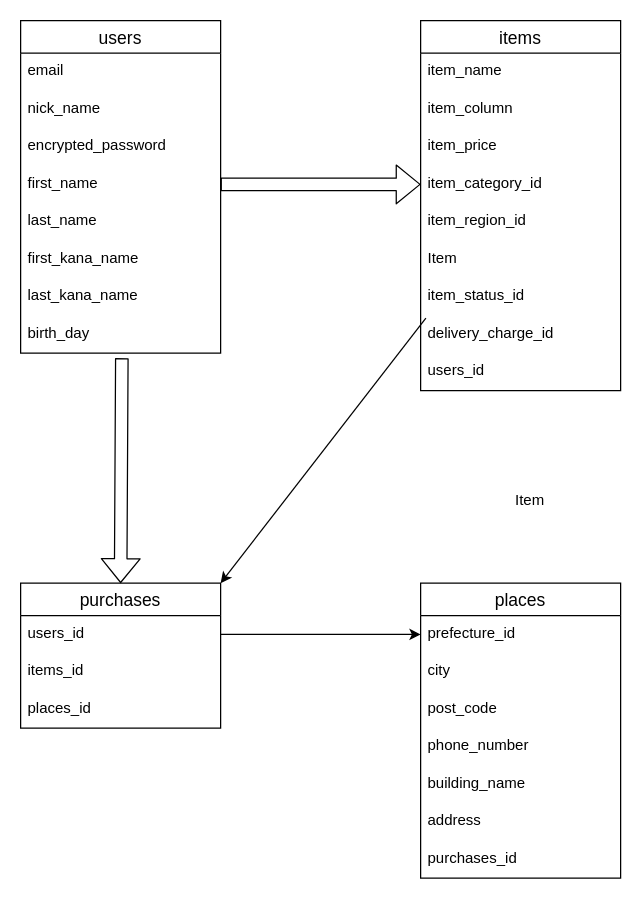
Before: table.dio in 03040610/furima-39016, a draw.io diagram. Source tidied: cells renumbered, new cells numbered last; positions are measured from the earlier drawing's top-left corner, leaving out a move shared by most shapes. Both pictures are drawn from the tidied source at 125%, with x=0, y=0 at pixel (20, 20).
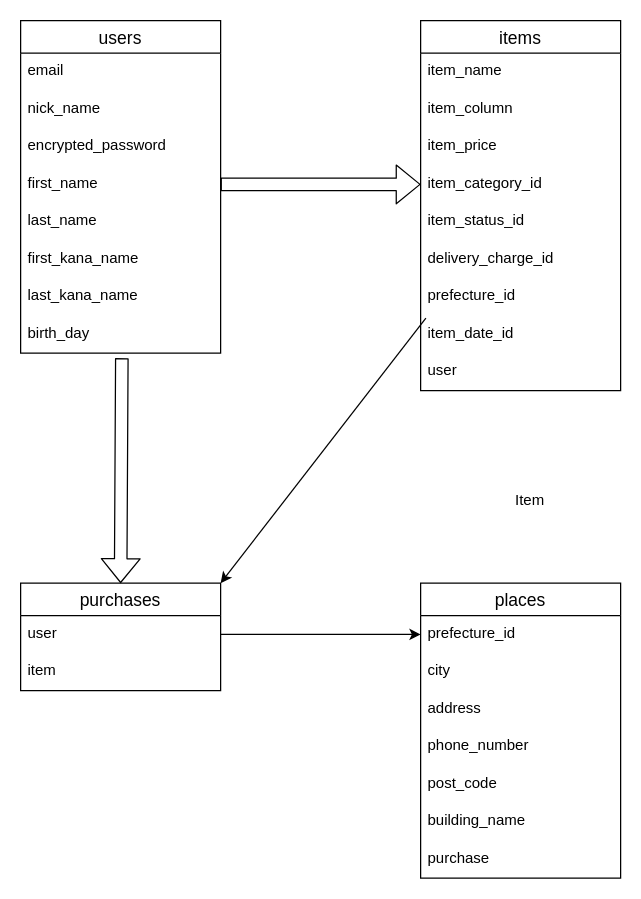
The same diagram, later.

Unchanged cells that the change refers to:
```xml
<mxCell id="11" value="items" style="swimlane;fontStyle=0;horizontal=1;startSize=26;align=center;fontSize=14;" parent="1" vertex="1">
  <mxGeometry x="320" width="160" height="296" as="geometry" />
</mxCell>
<mxCell id="21" value="places" style="swimlane;fontStyle=0;horizontal=1;startSize=26;align=center;fontSize=14;" parent="1" vertex="1">
  <mxGeometry x="320" y="450" width="160" height="236" as="geometry" />
</mxCell>
```

Change to the diagram source:
```diff
@@
+    <mxCell id="18" value="item_status_id" style="text;strokeColor=none;fillColor=none;spacingLeft=4;spacingRight=4;overflow=hidden;fontSize=12;" parent="11" vertex="1">
+      <mxGeometry y="146" width="160" height="30" as="geometry" />
+    </mxCell>
+    <mxCell id="19" value="delivery_charge_id" style="text;strokeColor=none;fillColor=none;spacingLeft=4;spacingRight=4;overflow=hidden;fontSize=12;" parent="11" vertex="1">
+      <mxGeometry y="176" width="160" height="30" as="geometry" />
+    </mxCell>
-    <mxCell id="16" value="item_region_id" style="text;strokeColor=none;fillColor=none;spacingLeft=4;spacingRight=4;overflow=hidden;fontSize=12;" parent="11" vertex="1">
-      <mxGeometry y="146" width="160" height="30" as="geometry" />
+    <mxCell id="16" value="prefecture_id" style="text;strokeColor=none;fillColor=none;spacingLeft=4;spacingRight=4;overflow=hidden;fontSize=12;" parent="11" vertex="1">
+      <mxGeometry y="206" width="160" height="30" as="geometry" />
     </mxCell>
-    <mxCell id="17" value="Item" style="text;strokeColor=none;fillColor=none;spacingLeft=4;spacingRight=4;overflow=hidden;fontSize=12;" parent="11" vertex="1">
-      <mxGeometry y="176" width="160" height="30" as="geometry" />
+    <mxCell id="17" value="item_date_id" style="text;strokeColor=none;fillColor=none;spacingLeft=4;spacingRight=4;overflow=hidden;fontSize=12;" parent="11" vertex="1">
+      <mxGeometry y="236" width="160" height="30" as="geometry" />
     </mxCell>
-    <mxCell id="18" value="item_status_id" style="text;strokeColor=none;fillColor=none;spacingLeft=4;spacingRight=4;overflow=hidden;fontSize=12;" parent="11" vertex="1">
-      <mxGeometry y="206" width="160" height="30" as="geometry" />
-    </mxCell>
-    <mxCell id="19" value="delivery_charge_id" style="text;strokeColor=none;fillColor=none;spacingLeft=4;spacingRight=4;overflow=hidden;fontSize=12;" parent="11" vertex="1">
-      <mxGeometry y="236" width="160" height="30" as="geometry" />
-    </mxCell>
-    <mxCell id="20" value="users_id" style="text;strokeColor=none;fillColor=none;spacingLeft=4;spacingRight=4;overflow=hidden;fontSize=12;" parent="11" vertex="1">
+    <mxCell id="20" value="user" style="text;strokeColor=none;fillColor=none;spacingLeft=4;spacingRight=4;overflow=hidden;fontSize=12;" parent="11" vertex="1">
       <mxGeometry y="266" width="160" height="30" as="geometry" />
     </mxCell>
@@
+    <mxCell id="27" value="address" style="text;strokeColor=none;fillColor=none;spacingLeft=4;spacingRight=4;overflow=hidden;fontSize=12;" parent="21" vertex="1">
+      <mxGeometry y="86" width="160" height="30" as="geometry" />
+    </mxCell>
+    <mxCell id="25" value="phone_number" style="text;strokeColor=none;fillColor=none;spacingLeft=4;spacingRight=4;overflow=hidden;fontSize=12;" parent="21" vertex="1">
+      <mxGeometry y="116" width="160" height="30" as="geometry" />
+    </mxCell>
     <mxCell id="24" value="post_code" style="text;strokeColor=none;fillColor=none;spacingLeft=4;spacingRight=4;overflow=hidden;fontSize=12;" parent="21" vertex="1">
-      <mxGeometry y="86" width="160" height="30" as="geometry" />
+      <mxGeometry y="146" width="160" height="30" as="geometry" />
     </mxCell>
-    <mxCell id="25" value="phone_number" style="text;strokeColor=none;fillColor=none;spacingLeft=4;spacingRight=4;overflow=hidden;fontSize=12;" parent="21" vertex="1">
-      <mxGeometry y="116" width="160" height="30" as="geometry" />
-    </mxCell>
     <mxCell id="26" value="building_name" style="text;strokeColor=none;fillColor=none;spacingLeft=4;spacingRight=4;overflow=hidden;fontSize=12;" parent="21" vertex="1">
-      <mxGeometry y="146" width="160" height="30" as="geometry" />
+      <mxGeometry y="176" width="160" height="30" as="geometry" />
     </mxCell>
-    <mxCell id="27" value="address" style="text;strokeColor=none;fillColor=none;spacingLeft=4;spacingRight=4;overflow=hidden;fontSize=12;" parent="21" vertex="1">
-      <mxGeometry y="176" width="160" height="30" as="geometry" />
-    </mxCell>
-    <mxCell id="28" value="purchases_id" style="text;strokeColor=none;fillColor=none;spacingLeft=4;spacingRight=4;overflow=hidden;fontSize=12;" parent="21" vertex="1">
+    <mxCell id="28" value="purchase" style="text;strokeColor=none;fillColor=none;spacingLeft=4;spacingRight=4;overflow=hidden;fontSize=12;" parent="21" vertex="1">
       <mxGeometry y="206" width="160" height="30" as="geometry" />
     </mxCell>
     <mxCell id="29" value="purchases" style="swimlane;fontStyle=0;horizontal=1;startSize=26;align=center;fontSize=14;" parent="1" vertex="1">
-      <mxGeometry y="450" width="160" height="116" as="geometry" />
+      <mxGeometry y="450" width="160" height="86" as="geometry" />
     </mxCell>
-    <mxCell id="30" value="users_id" style="text;strokeColor=none;fillColor=none;spacingLeft=4;spacingRight=4;overflow=hidden;fontSize=12;" parent="29" vertex="1">
+    <mxCell id="30" value="user" style="text;strokeColor=none;fillColor=none;spacingLeft=4;spacingRight=4;overflow=hidden;fontSize=12;" parent="29" vertex="1">
       <mxGeometry y="26" width="160" height="30" as="geometry" />
     </mxCell>
-    <mxCell id="31" value="items_id" style="text;strokeColor=none;fillColor=none;spacingLeft=4;spacingRight=4;overflow=hidden;fontSize=12;" parent="29" vertex="1">
+    <mxCell id="31" value="item" style="text;strokeColor=none;fillColor=none;spacingLeft=4;spacingRight=4;overflow=hidden;fontSize=12;" parent="29" vertex="1">
       <mxGeometry y="56" width="160" height="30" as="geometry" />
     </mxCell>
-    <mxCell id="32" value="places_id" style="text;strokeColor=none;fillColor=none;spacingLeft=4;spacingRight=4;overflow=hidden;fontSize=12;" parent="29" vertex="1">
-      <mxGeometry y="86" width="160" height="30" as="geometry" />
-    </mxCell>
```
